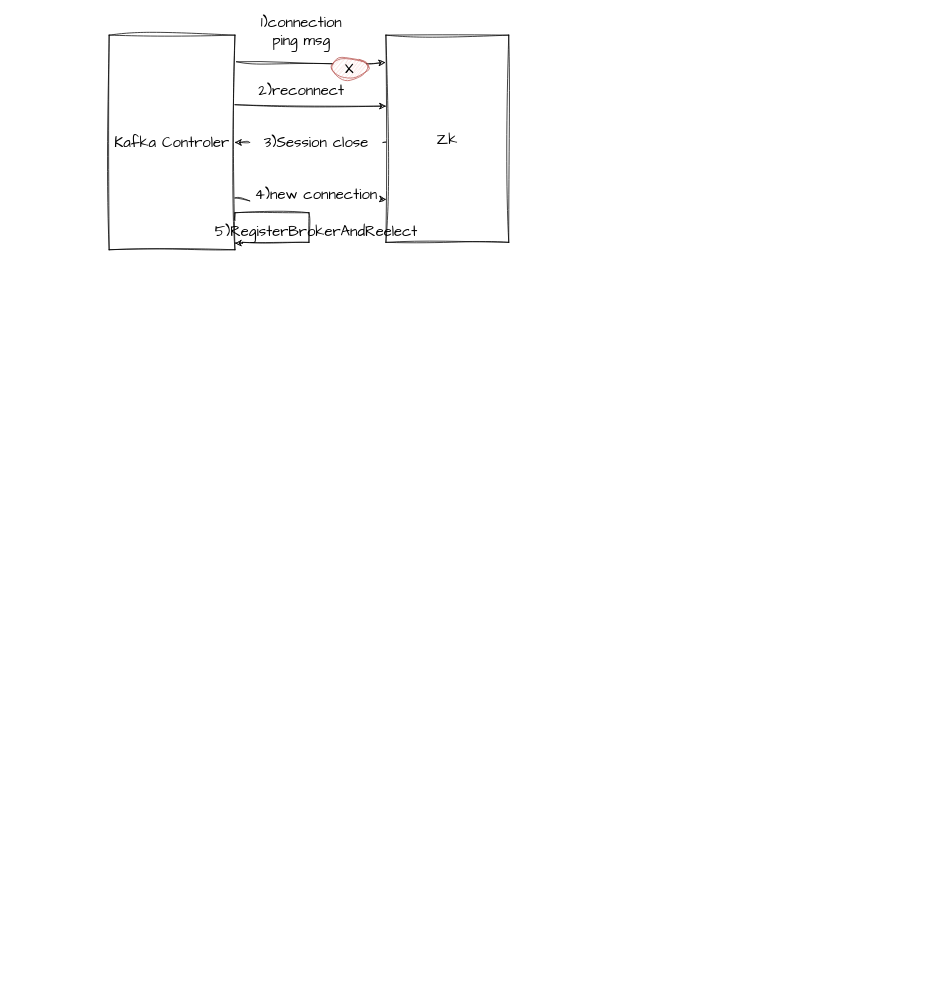
qiufang1314/drawio keeps this draw.io diagram as techlab/kafak.drawio. Above is the earlier version. Source tidied: cells renumbered, new cells numbered last; positions are measured from the earlier drawing's top-left corner, leaving out a move shared by most shapes. Both pictures are drawn from the tidied source at 74%, with x=0, y=0 at pixel (109, 20).
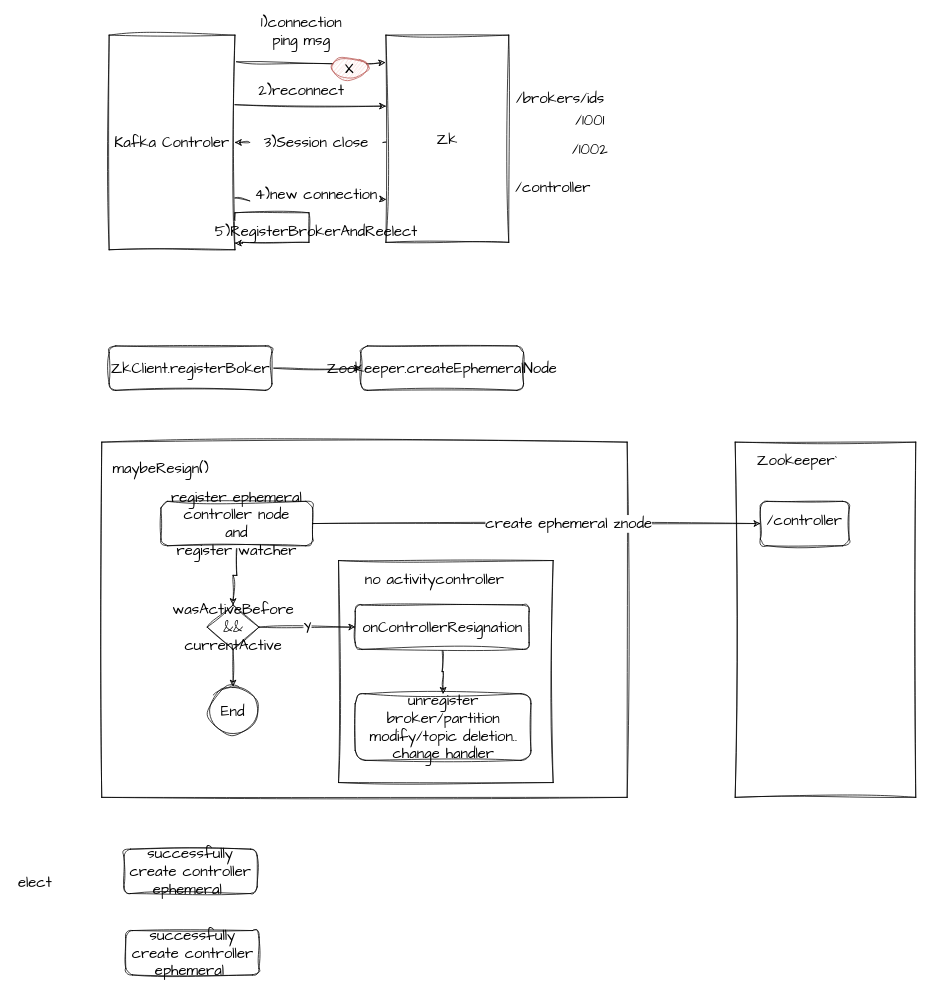
Above is the later version.

Diff of the diagram source:
```diff
@@
+    <mxCell id="18" style="rounded=0;whiteSpace=wrap;html=1;sketch=1;hachureGap=4;jiggle=2;curveFitting=1;fontFamily=Architects Daughter;fontSize=20;" parent="1" vertex="1">
+      <mxGeometry x="-10" y="570" width="710" height="480" as="geometry" />
+    </mxCell>
+    <mxCell id="19" style="rounded=0;whiteSpace=wrap;html=1;sketch=1;hachureGap=4;jiggle=2;curveFitting=1;fontFamily=Architects Daughter;fontSize=20;" parent="1" vertex="1">
+      <mxGeometry x="310" y="730" width="290" height="300" as="geometry" />
+    </mxCell>
@@
+    <mxCell id="20" value="/brokers/ids" style="text;html=1;strokeColor=none;fillColor=none;align=center;verticalAlign=middle;whiteSpace=wrap;rounded=0;fontSize=20;fontFamily=Architects Daughter;" parent="1" vertex="1">
+      <mxGeometry x="580" y="90" width="60" height="30" as="geometry" />
+    </mxCell>
+    <mxCell id="21" value="/controller" style="text;html=1;strokeColor=none;fillColor=none;align=center;verticalAlign=middle;whiteSpace=wrap;rounded=0;fontSize=20;fontFamily=Architects Daughter;" parent="1" vertex="1">
+      <mxGeometry x="570" y="210" width="60" height="30" as="geometry" />
+    </mxCell>
+    <mxCell id="22" value="/1001" style="text;html=1;strokeColor=none;fillColor=none;align=center;verticalAlign=middle;whiteSpace=wrap;rounded=0;fontSize=20;fontFamily=Architects Daughter;" parent="1" vertex="1">
+      <mxGeometry x="620" y="120" width="60" height="30" as="geometry" />
+    </mxCell>
+    <mxCell id="23" value="/1002" style="text;html=1;strokeColor=none;fillColor=none;align=center;verticalAlign=middle;whiteSpace=wrap;rounded=0;fontSize=20;fontFamily=Architects Daughter;" parent="1" vertex="1">
+      <mxGeometry x="620" y="159" width="60" height="30" as="geometry" />
+    </mxCell>
+    <mxCell id="24" style="edgeStyle=orthogonalEdgeStyle;rounded=0;sketch=1;hachureGap=4;jiggle=2;curveFitting=1;jettySize=auto;html=1;entryX=0;entryY=0.5;entryDx=0;entryDy=0;fontFamily=Architects Daughter;fontSize=16;" parent="1" edge="1" source="25" target="26">
+      <mxGeometry relative="1" as="geometry" />
+    </mxCell>
+    <mxCell id="25" value="ZkClient.registerBoker" style="rounded=1;whiteSpace=wrap;html=1;sketch=1;hachureGap=4;jiggle=2;curveFitting=1;fontFamily=Architects Daughter;fontSize=20;" parent="1" vertex="1">
+      <mxGeometry y="440" width="220" height="60" as="geometry" />
+    </mxCell>
+    <mxCell id="26" value="Zookeeper.createEphemeralNode" style="rounded=1;whiteSpace=wrap;html=1;sketch=1;hachureGap=4;jiggle=2;curveFitting=1;fontFamily=Architects Daughter;fontSize=20;" parent="1" vertex="1">
+      <mxGeometry x="340" y="440" width="220" height="60" as="geometry" />
+    </mxCell>
+    <mxCell id="27" value="maybeResign()" style="text;html=1;strokeColor=none;fillColor=none;align=center;verticalAlign=middle;whiteSpace=wrap;rounded=0;fontSize=20;fontFamily=Architects Daughter;" parent="1" vertex="1">
+      <mxGeometry x="40" y="590" width="60" height="30" as="geometry" />
+    </mxCell>
+    <mxCell id="28" style="edgeStyle=orthogonalEdgeStyle;rounded=0;sketch=1;hachureGap=4;jiggle=2;curveFitting=1;jettySize=auto;html=1;entryX=0.5;entryY=0;entryDx=0;entryDy=0;fontFamily=Architects Daughter;fontSize=16;" parent="1" edge="1" source="29" target="33">
+      <mxGeometry relative="1" as="geometry" />
+    </mxCell>
+    <mxCell id="29" value="register ephemeral controller node&lt;br&gt;and&lt;br&gt;register watcher" style="rounded=1;whiteSpace=wrap;html=1;sketch=1;hachureGap=4;jiggle=2;curveFitting=1;fontFamily=Architects Daughter;fontSize=20;" parent="1" vertex="1">
+      <mxGeometry x="70" y="650" width="205" height="60" as="geometry" />
+    </mxCell>
+    <mxCell id="30" style="edgeStyle=orthogonalEdgeStyle;rounded=0;sketch=1;hachureGap=4;jiggle=2;curveFitting=1;jettySize=auto;html=1;fontFamily=Architects Daughter;fontSize=16;" parent="1" edge="1" source="33" target="35">
+      <mxGeometry relative="1" as="geometry" />
+    </mxCell>
+    <mxCell id="31" value="Y" style="edgeLabel;html=1;align=center;verticalAlign=middle;fontSize=20;fontFamily=Architects Daughter;" parent="30" vertex="1">
+      <mxGeometry x="-0.01" relative="1" as="geometry">
+        <mxPoint x="1" as="offset" />
+      </mxGeometry>
+    </mxCell>
+    <mxCell id="32" style="edgeStyle=orthogonalEdgeStyle;rounded=0;sketch=1;hachureGap=4;jiggle=2;curveFitting=1;jettySize=auto;html=1;entryX=0.5;entryY=0;entryDx=0;entryDy=0;fontFamily=Architects Daughter;fontSize=16;" parent="1" edge="1" source="33" target="38">
+      <mxGeometry relative="1" as="geometry" />
+    </mxCell>
+    <mxCell id="33" value="wasActiveBefore&lt;br&gt;&amp;amp;&amp;amp;&lt;br&gt;currentActive" style="rhombus;whiteSpace=wrap;html=1;sketch=1;hachureGap=4;jiggle=2;curveFitting=1;fontFamily=Architects Daughter;fontSize=20;" parent="1" vertex="1">
+      <mxGeometry x="132.5" y="790" width="70" height="60" as="geometry" />
+    </mxCell>
+    <mxCell id="34" style="edgeStyle=orthogonalEdgeStyle;rounded=0;sketch=1;hachureGap=4;jiggle=2;curveFitting=1;jettySize=auto;html=1;fontFamily=Architects Daughter;fontSize=16;" parent="1" edge="1" source="35" target="36">
+      <mxGeometry relative="1" as="geometry" />
+    </mxCell>
+    <mxCell id="35" value="onControllerResignation" style="rounded=1;whiteSpace=wrap;html=1;sketch=1;hachureGap=4;jiggle=2;curveFitting=1;fontFamily=Architects Daughter;fontSize=20;" parent="1" vertex="1">
+      <mxGeometry x="332.5" y="790" width="235" height="60" as="geometry" />
+    </mxCell>
+    <mxCell id="36" value="unregister broker/partition modify/topic deletion.. change handler" style="rounded=1;whiteSpace=wrap;html=1;sketch=1;hachureGap=4;jiggle=2;curveFitting=1;fontFamily=Architects Daughter;fontSize=20;" parent="1" vertex="1">
+      <mxGeometry x="332.5" y="910" width="237.5" height="90" as="geometry" />
+    </mxCell>
+    <mxCell id="37" value="no activitycontroller" style="text;html=1;strokeColor=none;fillColor=none;align=center;verticalAlign=middle;whiteSpace=wrap;rounded=0;fontSize=20;fontFamily=Architects Daughter;" parent="1" vertex="1">
+      <mxGeometry x="330" y="740" width="220" height="30" as="geometry" />
+    </mxCell>
+    <mxCell id="38" value="End" style="ellipse;whiteSpace=wrap;html=1;sketch=1;hachureGap=4;jiggle=2;curveFitting=1;fontFamily=Architects Daughter;fontSize=20;" parent="1" vertex="1">
+      <mxGeometry x="135" y="900" width="65" height="65" as="geometry" />
+    </mxCell>
+    <mxCell id="39" value="successfully create controller ephemeral&amp;nbsp;" style="rounded=1;whiteSpace=wrap;html=1;sketch=1;hachureGap=4;jiggle=2;curveFitting=1;fontFamily=Architects Daughter;fontSize=20;" parent="1" vertex="1">
+      <mxGeometry x="20" y="1120" width="180" height="60" as="geometry" />
+    </mxCell>
+    <mxCell id="40" style="rounded=0;whiteSpace=wrap;html=1;sketch=1;hachureGap=4;jiggle=2;curveFitting=1;fontFamily=Architects Daughter;fontSize=20;" parent="1" vertex="1">
+      <mxGeometry x="846" y="570" width="244" height="480" as="geometry" />
+    </mxCell>
+    <mxCell id="41" value="Zookeeper`" style="text;html=1;strokeColor=none;fillColor=none;align=center;verticalAlign=middle;whiteSpace=wrap;rounded=0;fontSize=20;fontFamily=Architects Daughter;" parent="1" vertex="1">
+      <mxGeometry x="900" y="580" width="60" height="30" as="geometry" />
+    </mxCell>
+    <mxCell id="42" style="rounded=1;whiteSpace=wrap;html=1;sketch=1;hachureGap=4;jiggle=2;curveFitting=1;fontFamily=Architects Daughter;fontSize=20;" parent="1" vertex="1">
+      <mxGeometry x="880" y="650" width="120" height="60" as="geometry" />
+    </mxCell>
+    <mxCell id="43" value="/controller" style="text;html=1;strokeColor=none;fillColor=none;align=center;verticalAlign=middle;whiteSpace=wrap;rounded=0;fontSize=20;fontFamily=Architects Daughter;" parent="1" vertex="1">
+      <mxGeometry x="910" y="660" width="60" height="30" as="geometry" />
+    </mxCell>
+    <mxCell id="44" style="edgeStyle=orthogonalEdgeStyle;rounded=0;sketch=1;hachureGap=4;jiggle=2;curveFitting=1;jettySize=auto;html=1;entryX=0;entryY=0.5;entryDx=0;entryDy=0;fontFamily=Architects Daughter;fontSize=16;" parent="1" edge="1" source="29" target="42">
+      <mxGeometry relative="1" as="geometry" />
+    </mxCell>
+    <mxCell id="45" value="create ephemeral znode" style="edgeLabel;html=1;align=center;verticalAlign=middle;fontSize=20;fontFamily=Architects Daughter;" parent="44" vertex="1">
+      <mxGeometry x="0.14" y="1" relative="1" as="geometry" />
+    </mxCell>
+    <mxCell id="46" value="successfully create controller ephemeral&amp;nbsp;" style="rounded=1;whiteSpace=wrap;html=1;sketch=1;hachureGap=4;jiggle=2;curveFitting=1;fontFamily=Architects Daughter;fontSize=20;" parent="1" vertex="1">
+      <mxGeometry x="22.5" y="1230" width="180" height="60" as="geometry" />
+    </mxCell>
+    <mxCell id="47" value="elect" style="text;html=1;strokeColor=none;fillColor=none;align=center;verticalAlign=middle;whiteSpace=wrap;rounded=0;fontSize=20;fontFamily=Architects Daughter;" parent="1" vertex="1">
+      <mxGeometry x="-130" y="1150" width="60" height="30" as="geometry" />
+    </mxCell>
```
